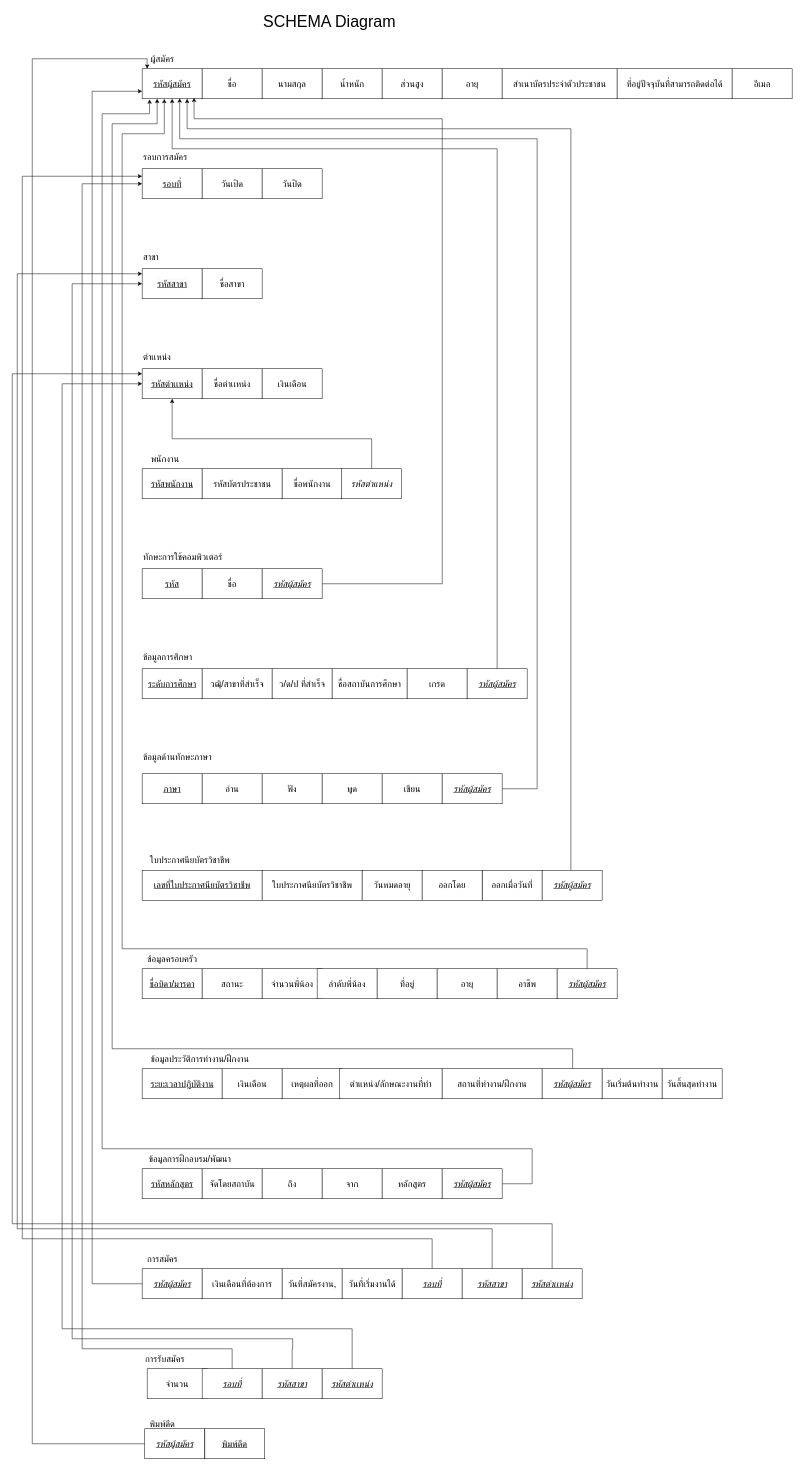
The draw.io diagram page "Page-6" (6 of 6) of YZ.drawio in Exises/RandomSalt, before the edit. Source tidied: cells renumbered, new cells numbered last; positions are measured from the earlier drawing's top-left corner, leaving out a move shared by most shapes. Both pictures are drawn from the tidied source at 50%, with x=0, y=0 at pixel (12, 8).
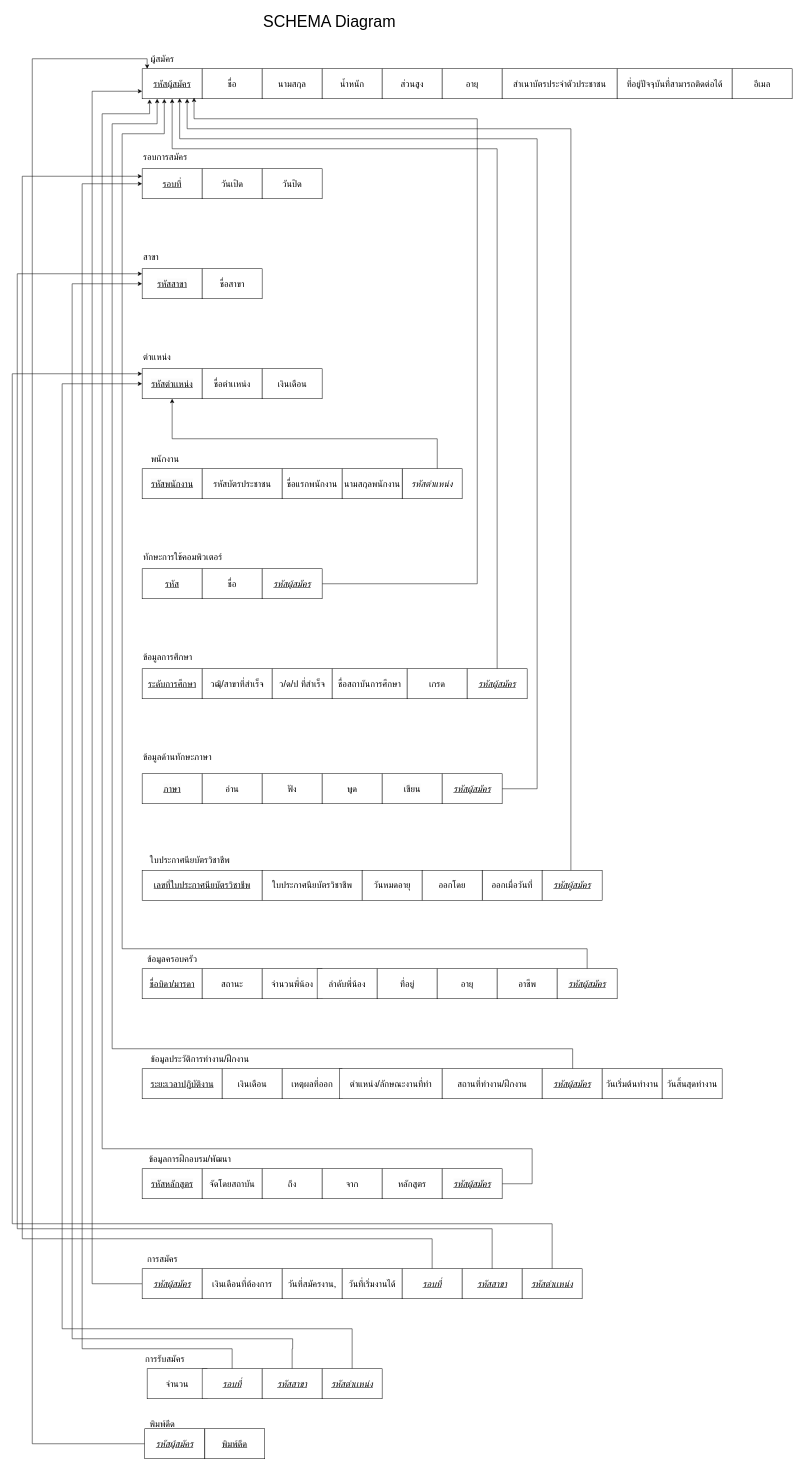
The same page after the edit.

Unchanged cells that the change refers to:
```xml
<mxCell id="5" value="&lt;u style=&quot;color: light-dark(rgb(0, 0, 0), rgb(255, 255, 255)); font-size: 18px; text-align: left; text-wrap-mode: nowrap; background-color: transparent;&quot;&gt;รหัสผู้สมัคร&lt;/u&gt;" style="rounded=0;whiteSpace=wrap;html=1;" parent="1" vertex="1">
  <mxGeometry x="259.8" y="120" width="120" height="60" as="geometry" />
</mxCell>
<mxCell id="22" value="&lt;u style=&quot;color: rgb(0, 0, 0); text-align: left; text-wrap-mode: nowrap; font-size: 18px; background-color: rgb(251, 251, 251);&quot;&gt;รหัสตำเเหน่ง&lt;/u&gt;" style="rounded=0;whiteSpace=wrap;html=1;" parent="1" vertex="1">
  <mxGeometry x="259.8" y="720" width="120" height="60" as="geometry" />
</mxCell>
<mxCell id="111" value="&lt;i style=&quot;font-size: 18px;&quot;&gt;&lt;u&gt;รหัสผู้สมัคร&lt;/u&gt;&lt;/i&gt;" style="rounded=0;whiteSpace=wrap;html=1;" parent="1" vertex="1">
  <mxGeometry x="499.8" y="1120" width="120" height="60" as="geometry" />
</mxCell>
```

What changed in the source:
```diff
@@
-    <mxCell id="28" value="&lt;span style=&quot;font-size: 18px; text-align: left; text-wrap-mode: nowrap;&quot;&gt;ชื่อพนักงาน&lt;/span&gt;" style="rounded=0;whiteSpace=wrap;html=1;" parent="1" vertex="1">
+    <mxCell id="28" value="&lt;span style=&quot;font-size: 18px; text-align: left; text-wrap-mode: nowrap;&quot;&gt;ชื่อแรกพนักงาน&lt;/span&gt;" style="rounded=0;whiteSpace=wrap;html=1;" parent="1" vertex="1">
       <mxGeometry x="539.8" y="920" width="120" height="60" as="geometry" />
     </mxCell>
     <mxCell id="29" style="edgeStyle=orthogonalEdgeStyle;rounded=0;jettySize=auto;html=1;entryX=0.5;entryY=1;entryDx=0;entryDy=0;" parent="1" edge="1" source="30" target="22">
       <mxGeometry relative="1" as="geometry">
         <Array as="points">
-          <mxPoint x="719" y="860" />
+          <mxPoint x="850" y="860" />
           <mxPoint x="320" y="860" />
         </Array>
       </mxGeometry>
     </mxCell>
     <mxCell id="30" value="&lt;i style=&quot;font-size: 18px; text-align: left;&quot;&gt;รหัสตำแหน่ง&lt;/i&gt;" style="rounded=0;whiteSpace=wrap;html=1;" parent="1" vertex="1">
-      <mxGeometry x="658.8" y="920" width="120" height="60" as="geometry" />
+      <mxGeometry x="779.8" y="920" width="120" height="60" as="geometry" />
     </mxCell>
@@
     <mxCell id="110" style="edgeStyle=orthogonalEdgeStyle;rounded=0;jettySize=auto;html=1;entryX=0.865;entryY=0.963;entryDx=0;entryDy=0;entryPerimeter=0;" parent="1" edge="1" source="111" target="5">
       <mxGeometry relative="1" as="geometry">
         <Array as="points">
-          <mxPoint x="860" y="1150" />
-          <mxPoint x="860" y="220" />
+          <mxPoint x="930" y="1150" />
+          <mxPoint x="930" y="220" />
           <mxPoint x="364" y="220" />
         </Array>
       </mxGeometry>
     </mxCell>
@@
+    <mxCell id="112" value="&lt;span style=&quot;font-size: 18px; text-align: left; text-wrap-mode: nowrap;&quot;&gt;นามสกุลพนักงาน&lt;/span&gt;" style="rounded=0;whiteSpace=wrap;html=1;" parent="1" vertex="1">
+      <mxGeometry x="659.8" y="920" width="120" height="60" as="geometry" />
+    </mxCell>
```
